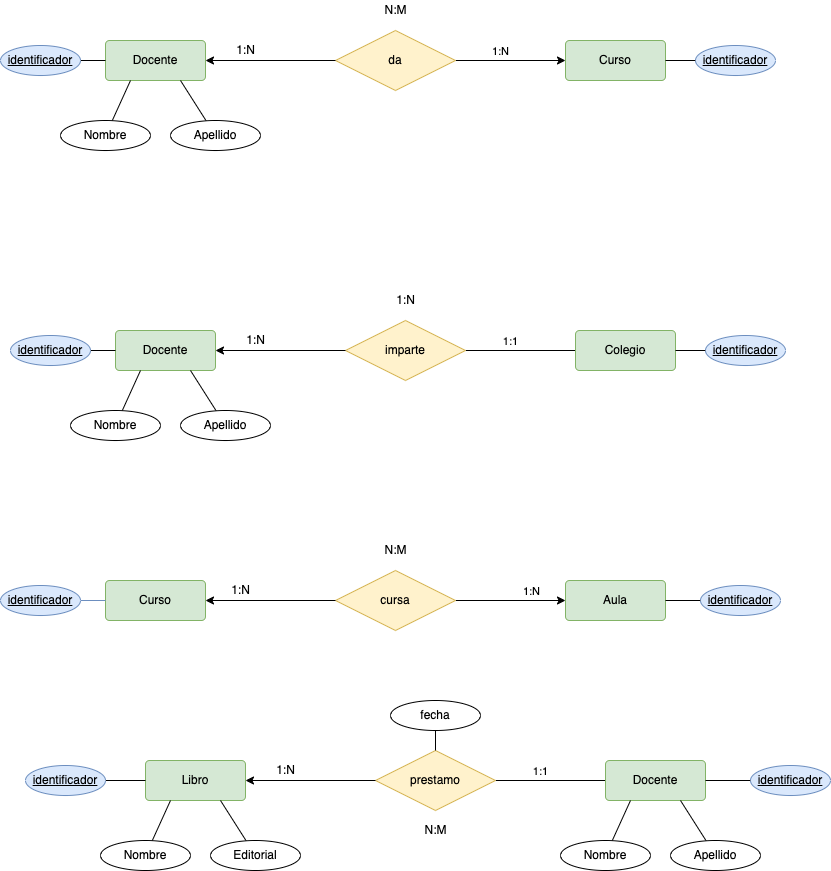
Before: NORMALIZACION/tareas/tarea8/img/matricula.drawio.png, a diagram exported from draw.io (MoisesALH/base-datos). Source tidied: cells renumbered, new cells last; positions are measured from the earlier drawing's top-left corner, leaving out a move shared by most shapes.
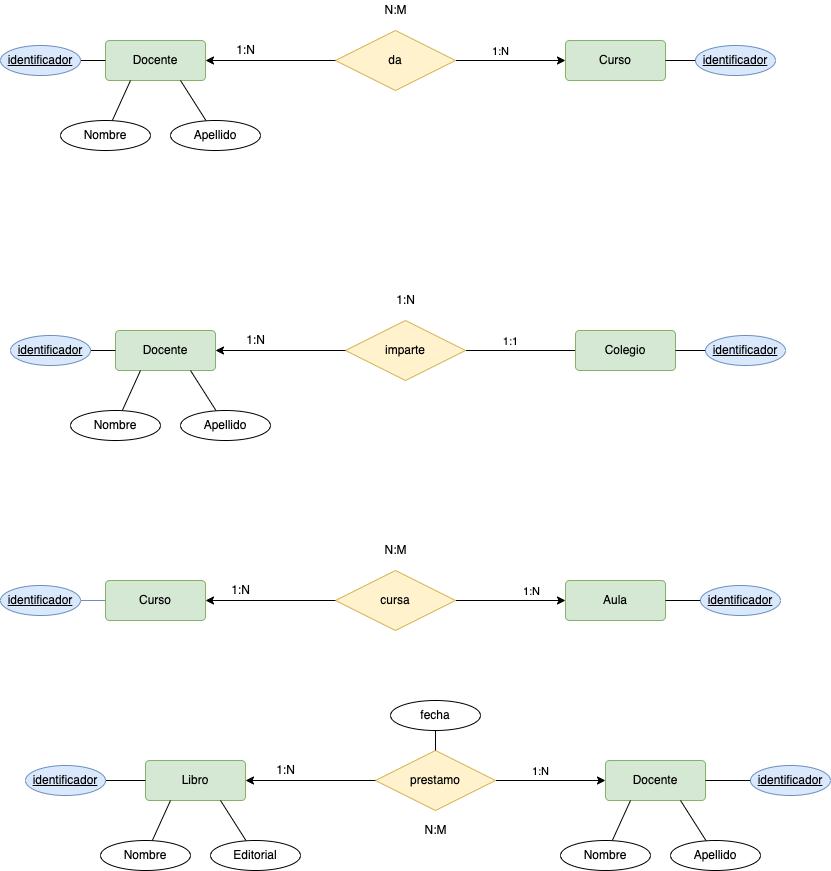
The same file after the commit.

The edit, as a diff of the source:
```diff
@@ -94,12 +94,12 @@
     <mxCell id="29" value="1:N" style="text;html=1;align=center;verticalAlign=middle;strokeColor=none;fillColor=none;fontColor=#000000;" parent="1" vertex="1">
       <mxGeometry x="225" y="580" width="30" height="20" as="geometry" />
     </mxCell>
-    <mxCell id="30" style="edgeStyle=orthogonalEdgeStyle;rounded=0;jettySize=auto;html=1;endArrow=none;endFill=0;fontColor=#000000;strokeColor=#000000;" parent="1" edge="1" target="32">
+    <mxCell id="30" style="edgeStyle=orthogonalEdgeStyle;rounded=0;jettySize=auto;html=1;endArrow=none;endFill=0;fontColor=#000000;strokeColor=#000000;startArrow=classic;startFill=1;" parent="1" edge="1" target="32">
       <mxGeometry relative="1" as="geometry">
         <mxPoint x="605" y="780" as="sourcePoint" />
       </mxGeometry>
     </mxCell>
-    <mxCell id="31" value="&lt;span style=&quot;background-color: rgb(255 , 255 , 255)&quot;&gt;1:1&lt;/span&gt;" style="edgeLabel;html=1;align=center;verticalAlign=middle;fontColor=#000000;" parent="30" vertex="1">
+    <mxCell id="31" value="&lt;span style=&quot;background-color: rgb(255 , 255 , 255)&quot;&gt;1:N&lt;/span&gt;" style="edgeLabel;html=1;align=center;verticalAlign=middle;fontColor=#000000;" parent="30" vertex="1">
       <mxGeometry x="0.2" y="-3" relative="1" as="geometry">
         <mxPoint y="-7" as="offset" />
       </mxGeometry>
```
